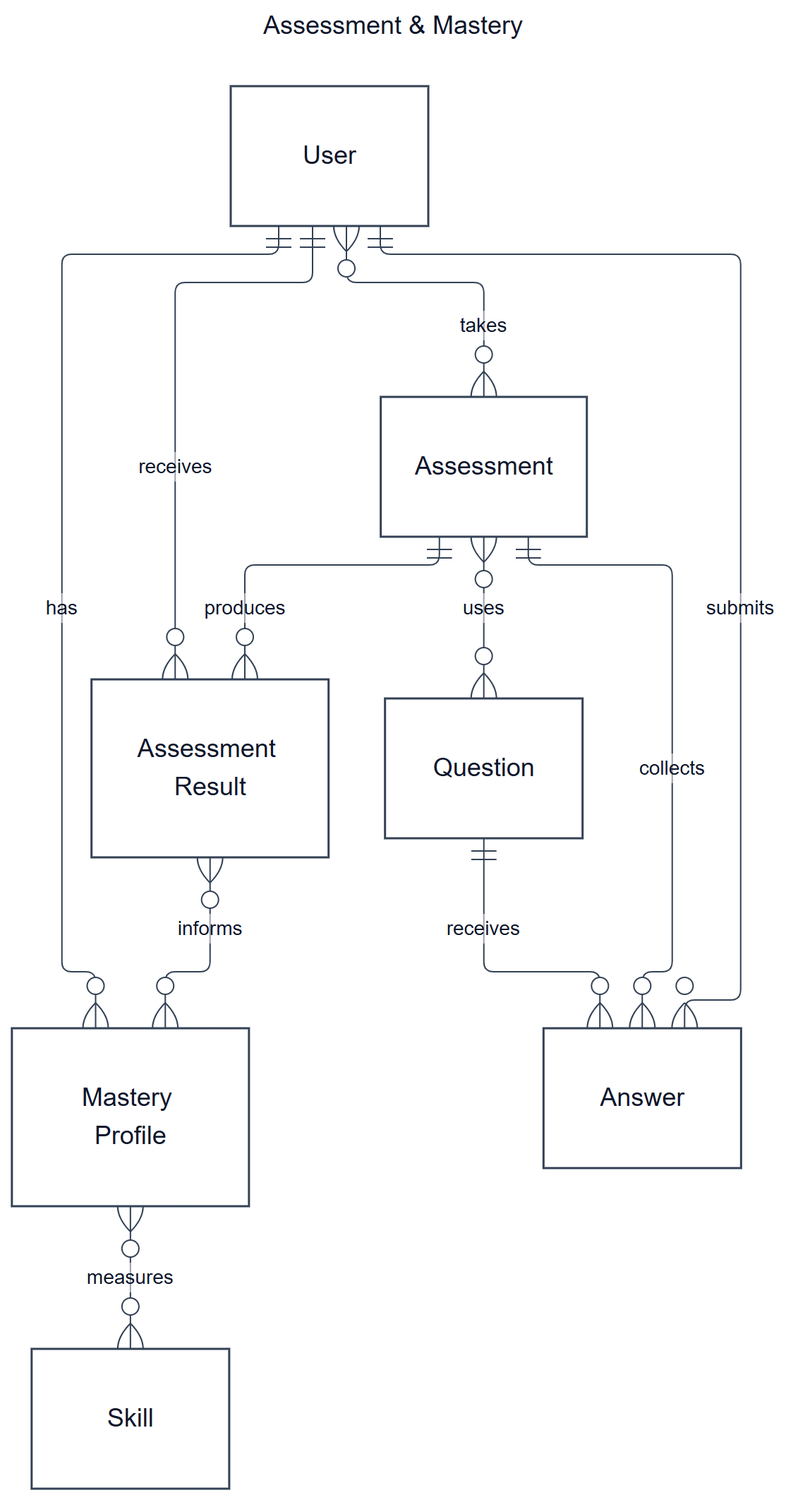
The Mermaid diagram documents/diagrams/mermaid/cerd-02.png in SEP490-Fall-2026-GFA26SE64/SEP490, before a commit. Its source is kept beside it as documents/diagrams/mermaid/cerd-02.mmd.
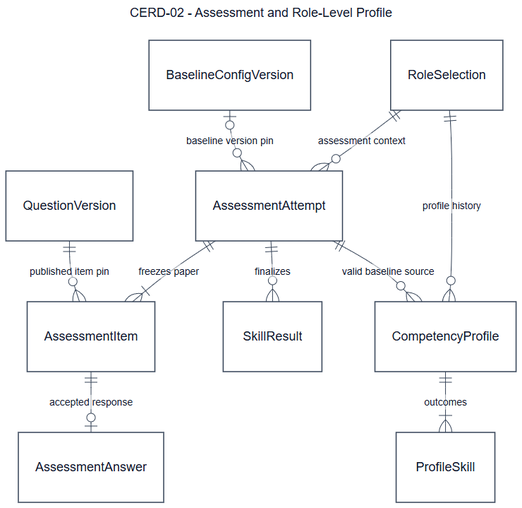
Above is the later version.

The edit, as a diff of the source:
```diff
@@ -1,7 +1,7 @@
 ---
-title: "Assessment & Mastery"
+title: "CERD-02 - Assessment and Role-Level Profile"
 config:
-  layout: elk
+  layout: dagre
   look: classic
   theme: base
   fontFamily: "Arial, sans-serif"
@@ -10,20 +10,22 @@
   er: {nodeSpacing: 36, rankSpacing: 65, minEntityWidth: 140, diagramPadding: 24}
 ---
 erDiagram
-  C02_User["User"]
-  C02_Assessment["Assessment"]
-  C02_Question["Question"]
-  C02_Answer["Answer"]
-  C02_Result["Assessment Result"]
-  C02_Profile["Mastery Profile"]
-  C02_Skill["Skill"]
-  C02_User }o--o{ C02_Assessment : "takes"
-  C02_Assessment }o--o{ C02_Question : "uses"
-  C02_User ||--o{ C02_Answer : "submits"
-  C02_Question ||--o{ C02_Answer : "receives"
-  C02_Assessment ||--o{ C02_Answer : "collects"
-  C02_Assessment ||--o{ C02_Result : "produces"
-  C02_User ||--o{ C02_Result : "receives"
-  C02_User ||--o{ C02_Profile : "has"
-  C02_Result }o--o{ C02_Profile : "informs"
-  C02_Profile }o--o{ C02_Skill : "measures"
+  direction TB
+  RoleSelection["RoleSelection"]
+  BaselineConfigVersion["BaselineConfigVersion"]
+  AssessmentAttempt["AssessmentAttempt"]
+  AssessmentItem["AssessmentItem"]
+  AssessmentAnswer["AssessmentAnswer"]
+  QuestionVersion["QuestionVersion"]
+  SkillResult["SkillResult"]
+  CompetencyProfile["CompetencyProfile"]
+  ProfileSkill["ProfileSkill"]
+  RoleSelection ||--o{ AssessmentAttempt : "assessment context"
+  BaselineConfigVersion o|--o{ AssessmentAttempt : "baseline version pin"
+  AssessmentAttempt ||--|{ AssessmentItem : "freezes paper"
+  QuestionVersion ||--o{ AssessmentItem : "published item pin"
+  AssessmentItem ||--o| AssessmentAnswer : "accepted response"
+  AssessmentAttempt ||--o{ SkillResult : "finalizes"
+  RoleSelection ||--o{ CompetencyProfile : "profile history"
+  AssessmentAttempt ||--o{ CompetencyProfile : "valid baseline source"
+  CompetencyProfile ||--|{ ProfileSkill : "outcomes"
```
